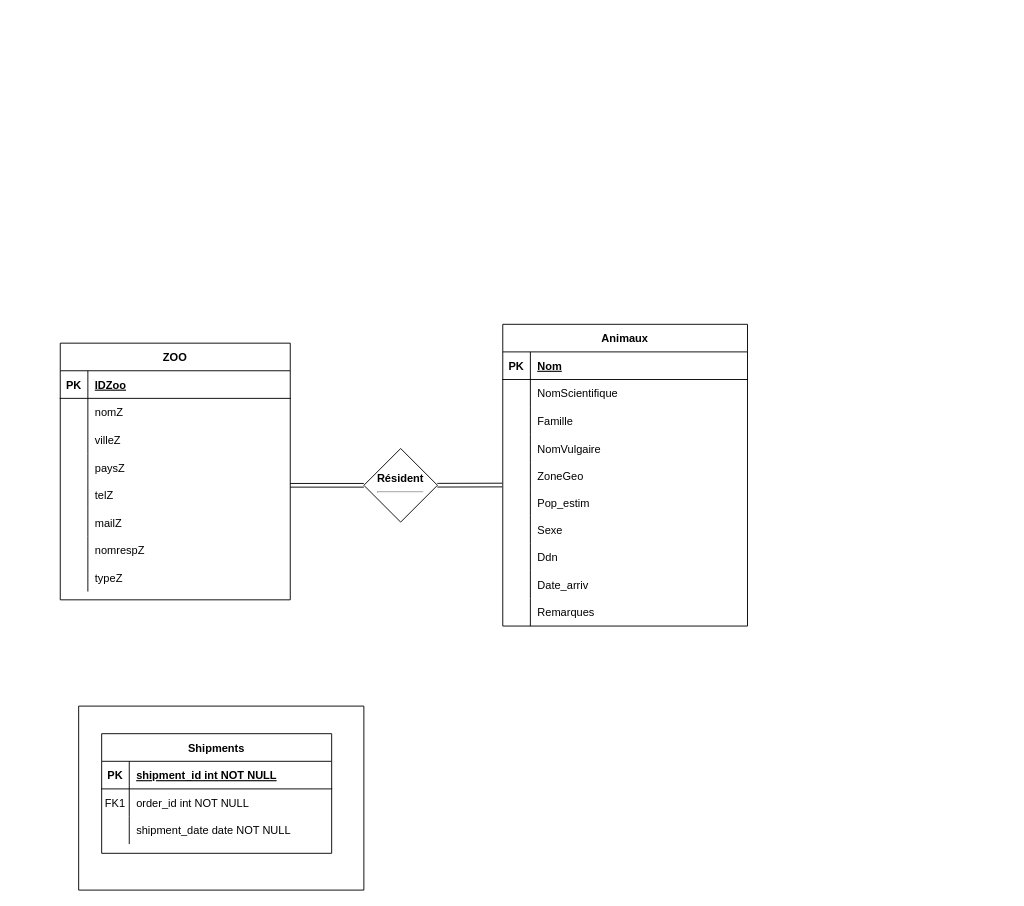
Jujua31/SAE_BD keeps this draw.io diagram as A_SAE.drawio. Above is the earlier version. Source tidied: cells renumbered, new cells numbered last; positions are measured from the earlier drawing's top-left corner, leaving out a move shared by most shapes. Both pictures are drawn from the tidied source at 92%, with x=0, y=0 at pixel (60, 324).
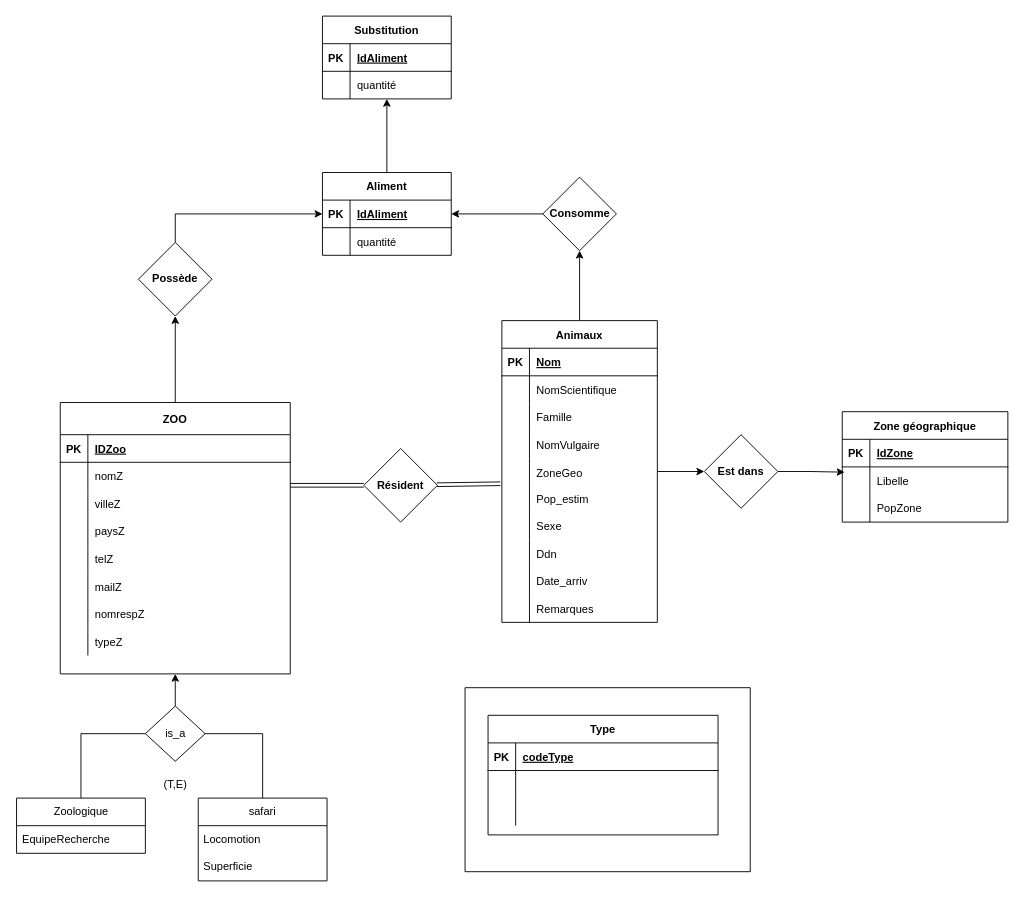
Above is the later version.

Commit message:
Mettre à jour A_SAE.drawio

Unchanged cells that the change refers to:
```xml
<mxCell id="61" style="shape=partialRectangle;fillColor=none;top=0;left=0;right=0;bottom=1;" parent="60" vertex="1">
  <mxGeometry y="30" width="250" height="30" as="geometry" />
</mxCell>
<mxCell id="64" style="shape=partialRectangle;fillColor=none;top=0;left=0;right=0;bottom=0;" parent="60" vertex="1">
  <mxGeometry y="60" width="250" height="30" as="geometry" />
</mxCell>
<mxCell id="67" style="shape=partialRectangle;fillColor=none;top=0;left=0;right=0;bottom=0;" parent="60" vertex="1">
  <mxGeometry y="90" width="250" height="30" as="geometry" />
</mxCell>
```

Change to the diagram source:
```diff
@@
-    <mxCell id="2" style="rounded=0;jettySize=auto;html=1;shape=link;exitX=-0.002;exitY=0.824;exitDx=0;exitDy=0;exitPerimeter=0;" parent="1" edge="1" source="16" target="70">
+    <mxCell id="2" style="rounded=0;jettySize=auto;html=1;shape=link;exitX=-0.01;exitY=0.91;exitDx=0;exitDy=0;exitPerimeter=0;" parent="1" edge="1" source="16" target="70">
       <mxGeometry relative="1" as="geometry" />
     </mxCell>
+    <mxCell id="72" style="edgeStyle=orthogonalEdgeStyle;rounded=0;jettySize=auto;html=1;" parent="1" edge="1" source="3" target="96">
+      <mxGeometry relative="1" as="geometry" />
+    </mxCell>
+    <mxCell id="73" style="edgeStyle=orthogonalEdgeStyle;rounded=0;jettySize=auto;html=1;" parent="1" edge="1" source="3" target="115">
+      <mxGeometry relative="1" as="geometry" />
+    </mxCell>
     <mxCell id="3" value="Animaux" style="shape=table;startSize=30;childLayout=tableLayout;rowLines=0;fontStyle=1;align=center;" parent="1" vertex="1">
-      <mxGeometry x="481" width="266" height="328" as="geometry" />
+      <mxGeometry x="480" y="-4" width="169" height="328" as="geometry" />
     </mxCell>
     <mxCell id="4" style="shape=partialRectangle;fillColor=none;top=0;left=0;right=0;bottom=1;" parent="3" vertex="1">
-      <mxGeometry y="30" width="266" height="30" as="geometry" />
+      <mxGeometry y="30" width="169" height="30" as="geometry" />
     </mxCell>
@@
     <mxCell id="6" value="Nom" style="shape=partialRectangle;overflow=hidden;fillColor=none;top=0;left=0;bottom=0;right=0;align=left;spacingLeft=6;fontStyle=5;" parent="4" vertex="1">
-      <mxGeometry x="30" width="236" height="30" as="geometry" />
+      <mxGeometry x="30" width="139" height="30" as="geometry" />
     </mxCell>
     <mxCell id="7" style="shape=partialRectangle;fillColor=none;top=0;left=0;right=0;bottom=0;" parent="3" vertex="1">
-      <mxGeometry y="60" width="266" height="30" as="geometry" />
+      <mxGeometry y="60" width="169" height="30" as="geometry" />
     </mxCell>
@@
     <mxCell id="9" value="NomScientifique" style="shape=partialRectangle;overflow=hidden;fillColor=none;top=0;left=0;bottom=0;right=0;align=left;spacingLeft=6;" parent="7" vertex="1">
-      <mxGeometry x="30" width="236" height="30" as="geometry" />
+      <mxGeometry x="30" width="139" height="30" as="geometry" />
     </mxCell>
     <mxCell id="10" style="shape=partialRectangle;fillColor=none;top=0;left=0;right=0;bottom=0;" parent="3" vertex="1">
-      <mxGeometry y="90" width="266" height="30" as="geometry" />
+      <mxGeometry y="90" width="169" height="30" as="geometry" />
     </mxCell>
@@
     <mxCell id="12" value="Famille" style="shape=partialRectangle;overflow=hidden;fillColor=none;top=0;left=0;bottom=0;right=0;align=left;spacingLeft=6;" parent="10" vertex="1">
-      <mxGeometry x="30" width="236" height="30" as="geometry" />
+      <mxGeometry x="30" width="139" height="30" as="geometry" />
     </mxCell>
     <mxCell id="13" style="shape=partialRectangle;fillColor=none;top=0;left=0;right=0;bottom=0;" parent="3" vertex="1">
-      <mxGeometry y="120" width="266" height="30" as="geometry" />
+      <mxGeometry y="120" width="169" height="30" as="geometry" />
     </mxCell>
@@
     <mxCell id="15" value="NomVulgaire" style="shape=partialRectangle;overflow=hidden;fillColor=none;top=0;left=0;bottom=0;right=0;align=left;spacingLeft=6;" parent="13" vertex="1">
-      <mxGeometry x="30" width="236" height="30" as="geometry" />
+      <mxGeometry x="30" width="139" height="30" as="geometry" />
     </mxCell>
     <mxCell id="16" style="shape=partialRectangle;fillColor=none;points=[[0,0.5],[1,0.5]];portConstraint=eastwest;top=0;left=0;right=0;bottom=0;" parent="3" vertex="1">
-      <mxGeometry y="150" width="266" height="30" as="geometry" />
+      <mxGeometry y="150" width="169" height="30" as="geometry" />
     </mxCell>
@@
     <mxCell id="18" value="ZoneGeo" style="shape=partialRectangle;overflow=hidden;fillColor=none;top=0;left=0;bottom=0;right=0;align=left;spacingLeft=6;" parent="16" vertex="1">
-      <mxGeometry x="30" width="236" height="30" as="geometry" />
+      <mxGeometry x="30" width="139" height="30" as="geometry" />
     </mxCell>
     <mxCell id="19" style="shape=partialRectangle;fillColor=none;top=0;left=0;right=0;bottom=0;" parent="3" vertex="1">
-      <mxGeometry y="180" width="266" height="28" as="geometry" />
+      <mxGeometry y="180" width="169" height="28" as="geometry" />
     </mxCell>
@@
     <mxCell id="21" value="Pop_estim" style="shape=partialRectangle;overflow=hidden;fillColor=none;top=0;left=0;bottom=0;right=0;align=left;spacingLeft=6;fontFamily=Helvetica;" parent="19" vertex="1">
-      <mxGeometry x="30" width="236" height="28" as="geometry" />
+      <mxGeometry x="30" width="139" height="28" as="geometry" />
     </mxCell>
     <mxCell id="22" style="shape=partialRectangle;fillColor=none;top=0;left=0;right=0;bottom=0;" parent="3" vertex="1">
-      <mxGeometry y="208" width="266" height="30" as="geometry" />
+      <mxGeometry y="208" width="169" height="30" as="geometry" />
     </mxCell>
@@
     <mxCell id="24" value="Sexe" style="shape=partialRectangle;overflow=hidden;fillColor=none;top=0;left=0;bottom=0;right=0;align=left;spacingLeft=6;" parent="22" vertex="1">
-      <mxGeometry x="30" width="236" height="30" as="geometry" />
+      <mxGeometry x="30" width="139" height="30" as="geometry" />
     </mxCell>
     <mxCell id="25" style="shape=partialRectangle;fillColor=none;top=0;left=0;right=0;bottom=0;" parent="3" vertex="1">
-      <mxGeometry y="238" width="266" height="30" as="geometry" />
+      <mxGeometry y="238" width="169" height="30" as="geometry" />
     </mxCell>
@@
     <mxCell id="27" value="Ddn" style="shape=partialRectangle;overflow=hidden;fillColor=none;top=0;left=0;bottom=0;right=0;align=left;spacingLeft=6;" parent="25" vertex="1">
-      <mxGeometry x="30" width="236" height="30" as="geometry" />
+      <mxGeometry x="30" width="139" height="30" as="geometry" />
     </mxCell>
     <mxCell id="28" style="shape=partialRectangle;fillColor=none;top=0;left=0;right=0;bottom=0;" parent="3" vertex="1">
-      <mxGeometry y="268" width="266" height="30" as="geometry" />
+      <mxGeometry y="268" width="169" height="30" as="geometry" />
     </mxCell>
@@
     <mxCell id="30" value="Date_arriv" style="shape=partialRectangle;overflow=hidden;fillColor=none;top=0;left=0;bottom=0;right=0;align=left;spacingLeft=6;" parent="28" vertex="1">
-      <mxGeometry x="30" width="236" height="30" as="geometry" />
+      <mxGeometry x="30" width="139" height="30" as="geometry" />
     </mxCell>
     <mxCell id="31" style="shape=partialRectangle;fillColor=none;top=0;left=0;right=0;bottom=0;" parent="3" vertex="1">
-      <mxGeometry y="298" width="266" height="30" as="geometry" />
+      <mxGeometry y="298" width="169" height="30" as="geometry" />
     </mxCell>
@@
     <mxCell id="33" value="Remarques" style="shape=partialRectangle;overflow=hidden;fillColor=none;top=0;left=0;bottom=0;right=0;align=left;spacingLeft=6;" parent="31" vertex="1">
-      <mxGeometry x="30" width="236" height="30" as="geometry" />
+      <mxGeometry x="30" width="139" height="30" as="geometry" />
     </mxCell>
+    <mxCell id="74" style="edgeStyle=orthogonalEdgeStyle;rounded=0;jettySize=auto;html=1;" parent="1" edge="1" source="34" target="94">
+      <mxGeometry relative="1" as="geometry" />
+    </mxCell>
-    <mxCell id="34" value="ZOO" style="shape=table;startSize=30;childLayout=tableLayout;rowLines=0;fontStyle=1;align=center;swimlaneLine=1;" parent="1" vertex="1">
-      <mxGeometry y="20.5" width="250" height="279" as="geometry" />
+    <mxCell id="34" value="ZOO" style="shape=table;startSize=35;childLayout=tableLayout;rowLines=0;fontStyle=1;align=center;swimlaneLine=1;" parent="1" vertex="1">
+      <mxGeometry y="85" width="250" height="295" as="geometry" />
     </mxCell>
     <mxCell id="35" style="shape=partialRectangle;fillColor=none;top=0;left=0;right=0;bottom=1;" parent="34" vertex="1">
-      <mxGeometry y="30" width="250" height="30" as="geometry" />
+      <mxGeometry y="35" width="250" height="30" as="geometry" />
     </mxCell>
@@
     <mxCell id="38" style="shape=partialRectangle;fillColor=none;top=0;left=0;right=0;bottom=0;" parent="34" vertex="1">
-      <mxGeometry y="60" width="250" height="30" as="geometry" />
+      <mxGeometry y="65" width="250" height="30" as="geometry" />
     </mxCell>
@@
     <mxCell id="41" style="shape=partialRectangle;fillColor=none;top=0;left=0;right=0;bottom=0;" parent="34" vertex="1">
-      <mxGeometry y="90" width="250" height="30" as="geometry" />
+      <mxGeometry y="95" width="250" height="30" as="geometry" />
     </mxCell>
@@
     <mxCell id="44" style="shape=partialRectangle;fillColor=none;top=0;left=0;right=0;bottom=0;" parent="34" vertex="1">
-      <mxGeometry y="120" width="250" height="30" as="geometry" />
+      <mxGeometry y="125" width="250" height="30" as="geometry" />
     </mxCell>
@@
     <mxCell id="47" style="shape=partialRectangle;fillColor=none;top=0;left=0;right=0;bottom=0;" parent="34" vertex="1">
-      <mxGeometry y="150" width="250" height="30" as="geometry" />
+      <mxGeometry y="155" width="250" height="30" as="geometry" />
     </mxCell>
@@
     <mxCell id="50" style="shape=partialRectangle;fillColor=none;top=0;left=0;right=0;bottom=0;" parent="34" vertex="1">
-      <mxGeometry y="180" width="250" height="30" as="geometry" />
+      <mxGeometry y="185" width="250" height="30" as="geometry" />
     </mxCell>
@@
     <mxCell id="53" style="shape=partialRectangle;fillColor=none;top=0;left=0;right=0;bottom=0;" parent="34" vertex="1">
-      <mxGeometry y="210" width="250" height="30" as="geometry" />
+      <mxGeometry y="215" width="250" height="30" as="geometry" />
     </mxCell>
@@
     <mxCell id="56" style="shape=partialRectangle;fillColor=none;top=0;left=0;right=0;bottom=0;" parent="34" vertex="1">
-      <mxGeometry y="240" width="250" height="30" as="geometry" />
+      <mxGeometry y="245" width="250" height="30" as="geometry" />
     </mxCell>
@@
     <mxCell id="59" style="swimlane;startSize=0;" parent="1" vertex="1">
-      <mxGeometry x="20" y="415" width="310" height="200" as="geometry" />
+      <mxGeometry x="440" y="395" width="310" height="200" as="geometry" />
     </mxCell>
-    <mxCell id="60" value="Shipments" style="shape=table;startSize=30;childLayout=tableLayout;rowLines=0;fontStyle=1;align=center;" parent="59" vertex="1">
+    <mxCell id="60" value="Type" style="shape=table;startSize=30;childLayout=tableLayout;rowLines=0;fontStyle=1;align=center;" parent="59" vertex="1">
       <mxGeometry x="25" y="30" width="250" height="130" as="geometry" />
     </mxCell>
@@
-    <mxCell id="63" value="shipment_id int NOT NULL " style="shape=partialRectangle;overflow=hidden;fillColor=none;top=0;left=0;bottom=0;right=0;align=left;spacingLeft=6;fontStyle=5;" parent="61" vertex="1">
+    <mxCell id="63" value="codeType" style="shape=partialRectangle;overflow=hidden;fillColor=none;top=0;left=0;bottom=0;right=0;align=left;spacingLeft=6;fontStyle=5;" parent="61" vertex="1">
       <mxGeometry x="30" width="220" height="30" as="geometry" />
     </mxCell>
@@
-    <mxCell id="65" value="FK1" style="shape=partialRectangle;overflow=hidden;fillColor=none;top=0;left=0;bottom=0;right=0;" parent="64" vertex="1">
+    <mxCell id="65" style="shape=partialRectangle;overflow=hidden;fillColor=none;top=0;left=0;bottom=0;right=0;" parent="64" vertex="1">
       <mxGeometry width="30" height="30" as="geometry" />
     </mxCell>
-    <mxCell id="66" value="order_id int NOT NULL" style="shape=partialRectangle;overflow=hidden;fillColor=none;top=0;left=0;bottom=0;right=0;align=left;spacingLeft=6;" parent="64" vertex="1">
+    <mxCell id="66" style="shape=partialRectangle;overflow=hidden;fillColor=none;top=0;left=0;bottom=0;right=0;align=left;spacingLeft=6;" parent="64" vertex="1">
       <mxGeometry x="30" width="220" height="30" as="geometry" />
     </mxCell>
@@
-    <mxCell id="69" value="shipment_date date NOT NULL" style="shape=partialRectangle;overflow=hidden;fillColor=none;top=0;left=0;bottom=0;right=0;align=left;spacingLeft=6;" parent="67" vertex="1">
+    <mxCell id="69" style="shape=partialRectangle;overflow=hidden;fillColor=none;top=0;left=0;bottom=0;right=0;align=left;spacingLeft=6;" parent="67" vertex="1">
       <mxGeometry x="30" width="220" height="30" as="geometry" />
     </mxCell>
-    <mxCell id="70" value="Résident&lt;hr&gt;" style="rhombus;whiteSpace=wrap;html=1;startSize=30;fontStyle=1;" parent="1" vertex="1">
+    <mxCell id="70" value="Résident" style="rhombus;whiteSpace=wrap;html=1;startSize=30;fontStyle=1;" parent="1" vertex="1">
       <mxGeometry x="330" y="135" width="80" height="80" as="geometry" />
     </mxCell>
@@
+    <mxCell id="75" value="Zoologique" style="swimlane;fontStyle=0;horizontal=1;startSize=30;whiteSpace=wrap;html=1;strokeColor=default;" parent="1" vertex="1">
+      <mxGeometry x="-47.5" y="515" width="140" height="60" as="geometry" />
+    </mxCell>
+    <mxCell id="76" value="EquipeRecherche" style="text;strokeColor=none;fillColor=none;align=left;verticalAlign=middle;spacingLeft=4;spacingRight=4;overflow=hidden;whiteSpace=wrap;html=1;" parent="75" vertex="1">
+      <mxGeometry y="30" width="140" height="30" as="geometry" />
+    </mxCell>
+    <mxCell id="77" style="edgeStyle=orthogonalEdgeStyle;rounded=0;jettySize=auto;html=1;entryX=0.5;entryY=1;entryDx=0;entryDy=0;exitX=0.5;exitY=0;exitDx=0;exitDy=0;startArrow=none;" parent="1" edge="1" source="81" target="34">
+      <mxGeometry relative="1" as="geometry" />
+    </mxCell>
+    <mxCell id="78" value="safari" style="swimlane;fontStyle=0;horizontal=1;startSize=30;whiteSpace=wrap;html=1;strokeColor=default;" parent="1" vertex="1">
+      <mxGeometry x="150" y="515" width="140" height="90" as="geometry" />
+    </mxCell>
+    <mxCell id="79" value="Locomotion" style="text;strokeColor=none;fillColor=none;align=left;verticalAlign=middle;spacingLeft=4;spacingRight=4;overflow=hidden;whiteSpace=wrap;html=1;" parent="78" vertex="1">
+      <mxGeometry y="30" width="140" height="30" as="geometry" />
+    </mxCell>
+    <mxCell id="80" value="Superficie" style="text;strokeColor=none;fillColor=none;align=left;verticalAlign=middle;spacingLeft=4;spacingRight=4;overflow=hidden;whiteSpace=wrap;html=1;" parent="78" vertex="1">
+      <mxGeometry y="60" width="140" height="30" as="geometry" />
+    </mxCell>
+    <mxCell id="81" value="is_a" style="rhombus;whiteSpace=wrap;html=1;fontStyle=0;startSize=30;" parent="1" vertex="1">
+      <mxGeometry x="92.5" y="415" width="65" height="60" as="geometry" />
+    </mxCell>
+    <mxCell id="82" style="edgeStyle=orthogonalEdgeStyle;rounded=0;jettySize=auto;html=1;exitX=0.5;exitY=0;exitDx=0;exitDy=0;endArrow=none;entryX=1;entryY=0.5;entryDx=0;entryDy=0;" parent="1" edge="1" source="78" target="81">
+      <mxGeometry relative="1" as="geometry" />
+    </mxCell>
+    <mxCell id="83" style="edgeStyle=orthogonalEdgeStyle;rounded=0;jettySize=auto;html=1;exitX=0.5;exitY=0;exitDx=0;exitDy=0;endArrow=none;entryX=0;entryY=0.5;entryDx=0;entryDy=0;" parent="1" edge="1" source="75" target="81">
+      <mxGeometry relative="1" as="geometry" />
+    </mxCell>
+    <mxCell id="84" value="(T,E)" style="text;html=1;align=center;verticalAlign=middle;fillColor=none;strokeColor=none;rounded=0;" parent="1" vertex="1">
+      <mxGeometry x="100" y="485" width="50" height="30" as="geometry" />
+    </mxCell>
+    <mxCell id="85" style="edgeStyle=orthogonalEdgeStyle;rounded=0;jettySize=auto;html=1;" parent="1" edge="1" source="86" target="97">
+      <mxGeometry relative="1" as="geometry" />
+    </mxCell>
+    <mxCell id="86" value="Aliment" style="shape=table;startSize=30;childLayout=tableLayout;rowLines=0;fontStyle=1;align=center;strokeColor=default;" parent="1" vertex="1">
+      <mxGeometry x="285" y="-165" width="140" height="90" as="geometry" />
+    </mxCell>
+    <mxCell id="87" style="shape=tableRow;horizontal=0;startSize=0;swimlaneHead=0;swimlaneBody=0;fillColor=none;points=[[0,0.5],[1,0.5]];portConstraint=eastwest;top=0;left=0;right=0;bottom=1;strokeColor=default;" parent="86" vertex="1">
+      <mxGeometry y="30" width="140" height="30" as="geometry" />
+    </mxCell>
+    <mxCell id="88" value="PK" style="shape=partialRectangle;fillColor=none;top=0;left=0;bottom=0;right=0;fontStyle=1;overflow=hidden;strokeColor=default;" parent="87" vertex="1">
+      <mxGeometry width="30" height="30" as="geometry" />
+    </mxCell>
+    <mxCell id="89" value="IdAliment" style="shape=partialRectangle;fillColor=none;top=0;left=0;bottom=0;right=0;align=left;spacingLeft=6;fontStyle=5;overflow=hidden;strokeColor=default;" parent="87" vertex="1">
+      <mxGeometry x="30" width="110" height="30" as="geometry" />
+    </mxCell>
+    <mxCell id="90" style="shape=tableRow;horizontal=0;startSize=0;swimlaneHead=0;swimlaneBody=0;fillColor=none;top=0;left=0;right=0;bottom=0;strokeColor=default;" parent="86" vertex="1">
+      <mxGeometry y="60" width="140" height="30" as="geometry" />
+    </mxCell>
+    <mxCell id="91" style="shape=partialRectangle;fillColor=none;top=0;left=0;bottom=0;right=0;overflow=hidden;strokeColor=default;" parent="90" vertex="1">
+      <mxGeometry width="30" height="30" as="geometry" />
+    </mxCell>
+    <mxCell id="92" value="quantité" style="shape=partialRectangle;fillColor=none;top=0;left=0;bottom=0;right=0;align=left;spacingLeft=6;overflow=hidden;strokeColor=default;" parent="90" vertex="1">
+      <mxGeometry x="30" width="110" height="30" as="geometry" />
+    </mxCell>
+    <mxCell id="93" style="edgeStyle=orthogonalEdgeStyle;rounded=0;jettySize=auto;html=1;entryX=0;entryY=0.5;entryDx=0;entryDy=0;" parent="1" edge="1" source="94" target="87">
+      <mxGeometry relative="1" as="geometry" />
+    </mxCell>
+    <mxCell id="94" value="Possède" style="rhombus;whiteSpace=wrap;html=1;startSize=35;fontStyle=1;" parent="1" vertex="1">
+      <mxGeometry x="85" y="-89" width="80" height="80" as="geometry" />
+    </mxCell>
+    <mxCell id="95" style="edgeStyle=orthogonalEdgeStyle;rounded=0;jettySize=auto;html=1;entryX=1;entryY=0.5;entryDx=0;entryDy=0;" parent="1" edge="1" source="96" target="87">
+      <mxGeometry relative="1" as="geometry" />
+    </mxCell>
+    <mxCell id="96" value="Consomme" style="rhombus;whiteSpace=wrap;html=1;startSize=30;fontStyle=1;" parent="1" vertex="1">
+      <mxGeometry x="524.5" y="-160" width="80" height="80" as="geometry" />
+    </mxCell>
+    <mxCell id="97" value="Substitution" style="shape=table;startSize=30;childLayout=tableLayout;rowLines=0;fontStyle=1;align=center;strokeColor=default;" parent="1" vertex="1">
+      <mxGeometry x="285" y="-335" width="140" height="90" as="geometry" />
+    </mxCell>
+    <mxCell id="98" style="shape=tableRow;horizontal=0;startSize=0;swimlaneHead=0;swimlaneBody=0;fillColor=none;top=0;left=0;right=0;bottom=1;strokeColor=default;" parent="97" vertex="1">
+      <mxGeometry y="30" width="140" height="30" as="geometry" />
+    </mxCell>
+    <mxCell id="99" value="PK" style="shape=partialRectangle;fillColor=none;top=0;left=0;bottom=0;right=0;fontStyle=1;overflow=hidden;strokeColor=default;" parent="98" vertex="1">
+      <mxGeometry width="30" height="30" as="geometry" />
+    </mxCell>
+    <mxCell id="100" value="IdAliment" style="shape=partialRectangle;fillColor=none;top=0;left=0;bottom=0;right=0;align=left;spacingLeft=6;fontStyle=5;overflow=hidden;strokeColor=default;" parent="98" vertex="1">
+      <mxGeometry x="30" width="110" height="30" as="geometry" />
+    </mxCell>
+    <mxCell id="101" style="shape=tableRow;horizontal=0;startSize=0;swimlaneHead=0;swimlaneBody=0;fillColor=none;top=0;left=0;right=0;bottom=0;strokeColor=default;" parent="97" vertex="1">
+      <mxGeometry y="60" width="140" height="30" as="geometry" />
+    </mxCell>
+    <mxCell id="102" style="shape=partialRectangle;fillColor=none;top=0;left=0;bottom=0;right=0;overflow=hidden;strokeColor=default;" parent="101" vertex="1">
+      <mxGeometry width="30" height="30" as="geometry" />
+    </mxCell>
+    <mxCell id="103" value="quantité" style="shape=partialRectangle;fillColor=none;top=0;left=0;bottom=0;right=0;align=left;spacingLeft=6;overflow=hidden;strokeColor=default;" parent="101" vertex="1">
+      <mxGeometry x="30" width="110" height="30" as="geometry" />
+    </mxCell>
+    <mxCell id="104" value="Zone géographique" style="shape=table;startSize=30;childLayout=tableLayout;rowLines=0;fontStyle=1;align=center;strokeColor=default;" parent="1" vertex="1">
+      <mxGeometry x="850" y="95" width="180" height="120" as="geometry" />
+    </mxCell>
+    <mxCell id="105" style="shape=tableRow;horizontal=0;startSize=0;swimlaneHead=0;swimlaneBody=0;fillColor=none;top=0;left=0;right=0;bottom=1;strokeColor=default;" parent="104" vertex="1">
+      <mxGeometry y="30" width="180" height="30" as="geometry" />
+    </mxCell>
+    <mxCell id="106" value="PK" style="shape=partialRectangle;fillColor=none;top=0;left=0;bottom=0;right=0;fontStyle=1;overflow=hidden;strokeColor=default;" parent="105" vertex="1">
+      <mxGeometry width="30" height="30" as="geometry" />
+    </mxCell>
+    <mxCell id="107" value="IdZone" style="shape=partialRectangle;fillColor=none;top=0;left=0;bottom=0;right=0;align=left;spacingLeft=6;fontStyle=5;overflow=hidden;strokeColor=default;" parent="105" vertex="1">
+      <mxGeometry x="30" width="150" height="30" as="geometry" />
+    </mxCell>
+    <mxCell id="108" style="shape=tableRow;horizontal=0;startSize=0;swimlaneHead=0;swimlaneBody=0;fillColor=none;points=[[0,0.5],[1,0.5]];portConstraint=eastwest;top=0;left=0;right=0;bottom=0;strokeColor=default;" parent="104" vertex="1">
+      <mxGeometry y="60" width="180" height="30" as="geometry" />
+    </mxCell>
+    <mxCell id="109" style="shape=partialRectangle;fillColor=none;top=0;left=0;bottom=0;right=0;overflow=hidden;strokeColor=default;" parent="108" vertex="1">
+      <mxGeometry width="30" height="30" as="geometry" />
+    </mxCell>
+    <mxCell id="110" value="Libelle" style="shape=partialRectangle;fillColor=none;top=0;left=0;bottom=0;right=0;align=left;spacingLeft=6;overflow=hidden;strokeColor=default;" parent="108" vertex="1">
+      <mxGeometry x="30" width="150" height="30" as="geometry" />
+    </mxCell>
+    <mxCell id="111" style="shape=tableRow;horizontal=0;startSize=0;swimlaneHead=0;swimlaneBody=0;fillColor=none;top=0;left=0;right=0;bottom=0;strokeColor=default;" parent="104" vertex="1">
+      <mxGeometry y="90" width="180" height="30" as="geometry" />
+    </mxCell>
+    <mxCell id="112" style="shape=partialRectangle;fillColor=none;top=0;left=0;bottom=0;right=0;overflow=hidden;strokeColor=default;" parent="111" vertex="1">
+      <mxGeometry width="30" height="30" as="geometry" />
+    </mxCell>
+    <mxCell id="113" value="PopZone" style="shape=partialRectangle;fillColor=none;top=0;left=0;bottom=0;right=0;align=left;spacingLeft=6;overflow=hidden;strokeColor=default;" parent="111" vertex="1">
+      <mxGeometry x="30" width="150" height="30" as="geometry" />
+    </mxCell>
+    <mxCell id="114" style="edgeStyle=orthogonalEdgeStyle;rounded=0;jettySize=auto;html=1;entryX=0.014;entryY=0.191;entryDx=0;entryDy=0;entryPerimeter=0;" parent="1" edge="1" source="115" target="108">
+      <mxGeometry relative="1" as="geometry" />
+    </mxCell>
+    <mxCell id="115" value="Est dans" style="rhombus;whiteSpace=wrap;html=1;startSize=30;fontStyle=1;" parent="1" vertex="1">
+      <mxGeometry x="700" y="120" width="80" height="80" as="geometry" />
+    </mxCell>
```
